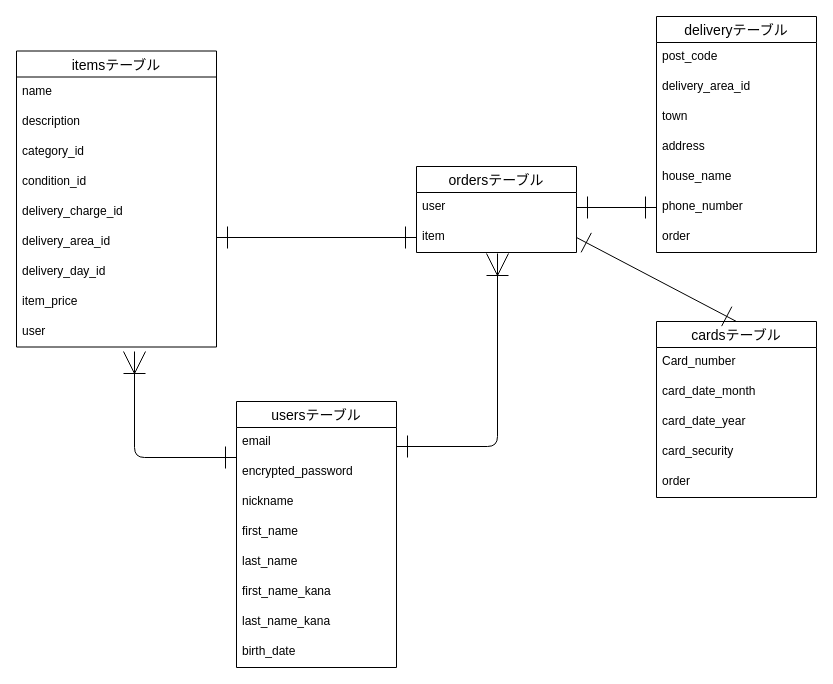
This is furima.dio from rinooooo/furima-38253, a draw.io file, before an edit. Source tidied: cells renumbered, new cells numbered last; positions are measured from the earlier drawing's top-left corner, leaving out a move shared by most shapes. Both pictures are drawn from the tidied source at 100%, with x=0, y=0 at pixel (16, 16).
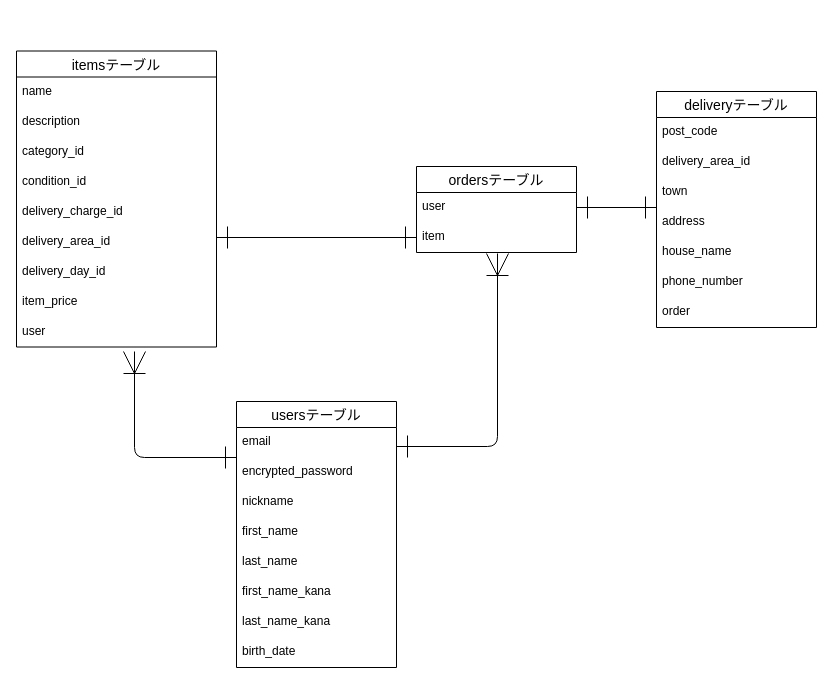
After the change.

The change refers to these unchanged cells:
```xml
<mxCell id="4" value="item" style="text;strokeColor=none;fillColor=none;spacingLeft=4;spacingRight=4;overflow=hidden;points=[[0,0.5],[1,0.5]];portConstraint=eastwest;fontSize=12;" parent="2" vertex="1">
  <mxGeometry y="56" width="160" height="30" as="geometry" />
</mxCell>
```

Change to the diagram source:
```diff
@@
     <mxCell id="28" value="deliveryテーブル" style="swimlane;fontStyle=0;horizontal=1;startSize=26;align=center;fontSize=14;" parent="1" vertex="1">
-      <mxGeometry x="640" width="160" height="236" as="geometry" />
+      <mxGeometry x="640" y="75" width="160" height="236" as="geometry" />
     </mxCell>
@@
-    <mxCell id="36" value="cardsテーブル" style="swimlane;fontStyle=0;horizontal=1;startSize=26;align=center;fontSize=14;" parent="1" vertex="1">
-      <mxGeometry x="640" y="305" width="160" height="176" as="geometry" />
-    </mxCell>
-    <mxCell id="37" value="Card_number" style="text;strokeColor=none;fillColor=none;spacingLeft=4;spacingRight=4;overflow=hidden;fontSize=12;" parent="36" vertex="1">
-      <mxGeometry y="26" width="160" height="30" as="geometry" />
-    </mxCell>
-    <mxCell id="38" value="card_date_month" style="text;strokeColor=none;fillColor=none;spacingLeft=4;spacingRight=4;overflow=hidden;fontSize=12;" parent="36" vertex="1">
-      <mxGeometry y="56" width="160" height="30" as="geometry" />
-    </mxCell>
-    <mxCell id="39" value="card_date_year" style="text;strokeColor=none;fillColor=none;spacingLeft=4;spacingRight=4;overflow=hidden;fontSize=12;" parent="36" vertex="1">
-      <mxGeometry y="86" width="160" height="30" as="geometry" />
-    </mxCell>
-    <mxCell id="40" value="card_security" style="text;strokeColor=none;fillColor=none;spacingLeft=4;spacingRight=4;overflow=hidden;fontSize=12;" parent="36" vertex="1">
-      <mxGeometry y="116" width="160" height="30" as="geometry" />
-    </mxCell>
-    <mxCell id="41" value="order" style="text;strokeColor=none;fillColor=none;spacingLeft=4;spacingRight=4;overflow=hidden;fontSize=12;" parent="36" vertex="1">
-      <mxGeometry y="146" width="160" height="30" as="geometry" />
-    </mxCell>
-    <mxCell id="42" style="edgeStyle=none;html=1;exitX=1;exitY=0.5;exitDx=0;exitDy=0;endArrow=ERone;endFill=0;startArrow=ERone;startFill=0;jumpSize=6;startSize=20;endSize=20;entryX=0.5;entryY=0;entryDx=0;entryDy=0;" parent="1" edge="1" source="4" target="36">
-      <mxGeometry relative="1" as="geometry" />
-    </mxCell>
```
